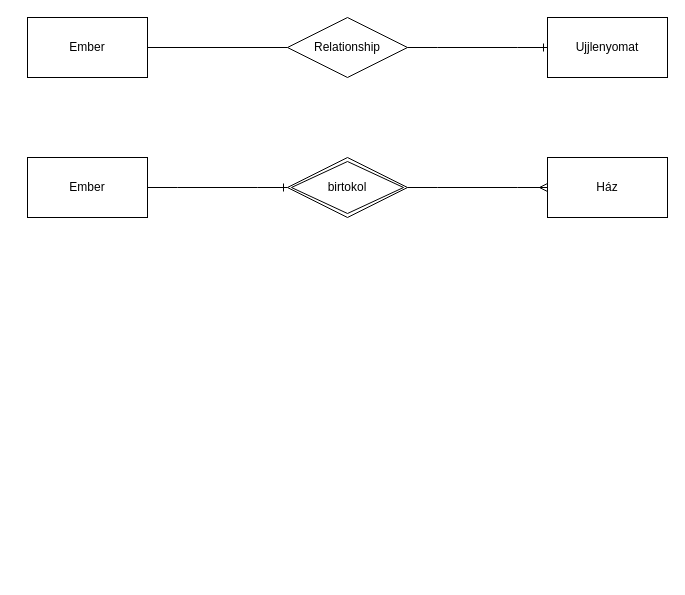
This is HEPMIU_0927/hepmiu_3.4.drawio from urbanoliver/HEPMIU_DB1Gyak, a draw.io file, before an edit. Source tidied: cells renumbered, new cells numbered last; positions are measured from the earlier drawing's top-left corner, leaving out a move shared by most shapes. Both pictures are drawn from the tidied source at 100%, with x=0, y=0 at pixel (27, 17).
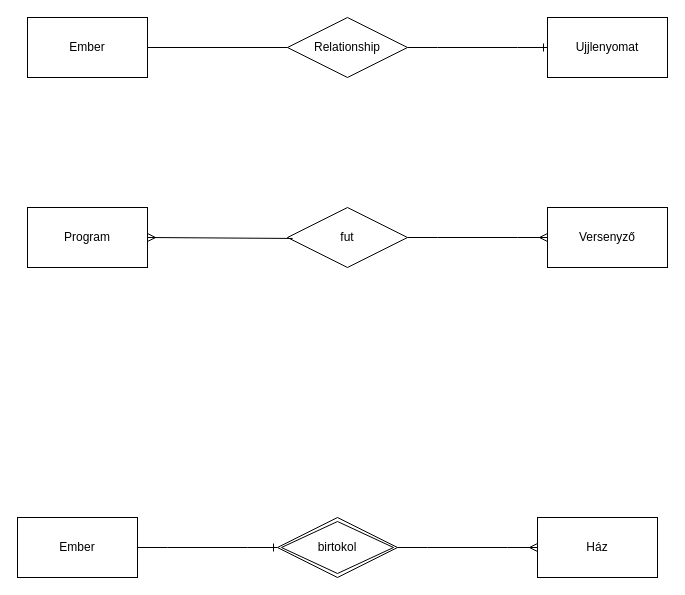
Above is the later version.

What changed in the source:
```diff
@@
 <mxGraphModel>
   <root>
     <mxCell id="0" />
     <mxCell id="1" parent="0" />
     <mxCell id="2" value="Ember" style="rounded=0;whiteSpace=wrap;html=1;" parent="1" vertex="1">
       <mxGeometry width="120" height="60" as="geometry" />
     </mxCell>
     <mxCell id="3" value="Ujjlenyomat" style="rounded=0;whiteSpace=wrap;html=1;" parent="1" vertex="1">
       <mxGeometry x="520" width="120" height="60" as="geometry" />
     </mxCell>
     <mxCell id="4" value="Relationship" style="shape=rhombus;perimeter=rhombusPerimeter;whiteSpace=wrap;html=1;align=center;" parent="1" vertex="1">
       <mxGeometry x="260" width="120" height="60" as="geometry" />
     </mxCell>
     <mxCell id="5" style="endArrow=none;html=1;rounded=0;exitX=1;exitY=0.5;exitDx=0;exitDy=0;entryX=0;entryY=0.5;entryDx=0;entryDy=0;" parent="1" edge="1" source="2" target="4">
       <mxGeometry relative="1" as="geometry" />
     </mxCell>
     <mxCell id="6" style="edgeStyle=entityRelationEdgeStyle;fontSize=12;html=1;endArrow=ERone;endFill=1;rounded=0;entryX=0;entryY=0.5;entryDx=0;entryDy=0;" parent="1" edge="1" source="4" target="3">
       <mxGeometry relative="1" as="geometry" />
     </mxCell>
     <mxCell id="7" value="Ember" style="rounded=0;whiteSpace=wrap;html=1;" parent="1" vertex="1">
-      <mxGeometry y="140" width="120" height="60" as="geometry" />
+      <mxGeometry x="-10" y="500" width="120" height="60" as="geometry" />
     </mxCell>
     <mxCell id="8" value="birtokol" style="shape=rhombus;double=1;perimeter=rhombusPerimeter;whiteSpace=wrap;html=1;align=center;" parent="1" vertex="1">
-      <mxGeometry x="260" y="140" width="120" height="60" as="geometry" />
+      <mxGeometry x="250" y="500" width="120" height="60" as="geometry" />
     </mxCell>
     <mxCell id="9" value="Ház" style="rounded=0;whiteSpace=wrap;html=1;" parent="1" vertex="1">
-      <mxGeometry x="520" y="140" width="120" height="60" as="geometry" />
+      <mxGeometry x="510" y="500" width="120" height="60" as="geometry" />
     </mxCell>
     <mxCell id="10" style="edgeStyle=entityRelationEdgeStyle;fontSize=12;html=1;endArrow=ERone;endFill=1;rounded=0;exitX=1;exitY=0.5;exitDx=0;exitDy=0;entryX=0;entryY=0.5;entryDx=0;entryDy=0;" parent="1" edge="1" source="7" target="8">
       <mxGeometry relative="1" as="geometry" />
     </mxCell>
     <mxCell id="11" style="edgeStyle=entityRelationEdgeStyle;fontSize=12;html=1;endArrow=ERmany;rounded=0;exitX=1;exitY=0.5;exitDx=0;exitDy=0;entryX=0;entryY=0.5;entryDx=0;entryDy=0;" parent="1" edge="1" source="8" target="9">
       <mxGeometry relative="1" as="geometry" />
     </mxCell>
+    <mxCell id="12" value="fut" style="shape=rhombus;perimeter=rhombusPerimeter;whiteSpace=wrap;html=1;align=center;" parent="1" vertex="1">
+      <mxGeometry x="260" y="190" width="120" height="60" as="geometry" />
+    </mxCell>
+    <mxCell id="13" value="Program" style="rounded=0;whiteSpace=wrap;html=1;" parent="1" vertex="1">
+      <mxGeometry y="190" width="120" height="60" as="geometry" />
+    </mxCell>
+    <mxCell id="14" value="Versenyző" style="rounded=0;whiteSpace=wrap;html=1;" parent="1" vertex="1">
+      <mxGeometry x="520" y="190" width="120" height="60" as="geometry" />
+    </mxCell>
+    <mxCell id="15" style="edgeStyle=entityRelationEdgeStyle;fontSize=12;html=1;endArrow=ERmany;rounded=0;exitX=1;exitY=0.5;exitDx=0;exitDy=0;entryX=0;entryY=0.5;entryDx=0;entryDy=0;" parent="1" edge="1" source="12" target="14">
+      <mxGeometry relative="1" as="geometry" />
+    </mxCell>
+    <mxCell id="16" style="fontSize=12;html=1;endArrow=ERmany;rounded=0;exitX=0.043;exitY=0.516;exitDx=0;exitDy=0;exitPerimeter=0;entryX=1;entryY=0.5;entryDx=0;entryDy=0;" parent="1" edge="1" source="12" target="13">
+      <mxGeometry relative="1" as="geometry" />
+    </mxCell>
   </root>
 </mxGraphModel>
```
